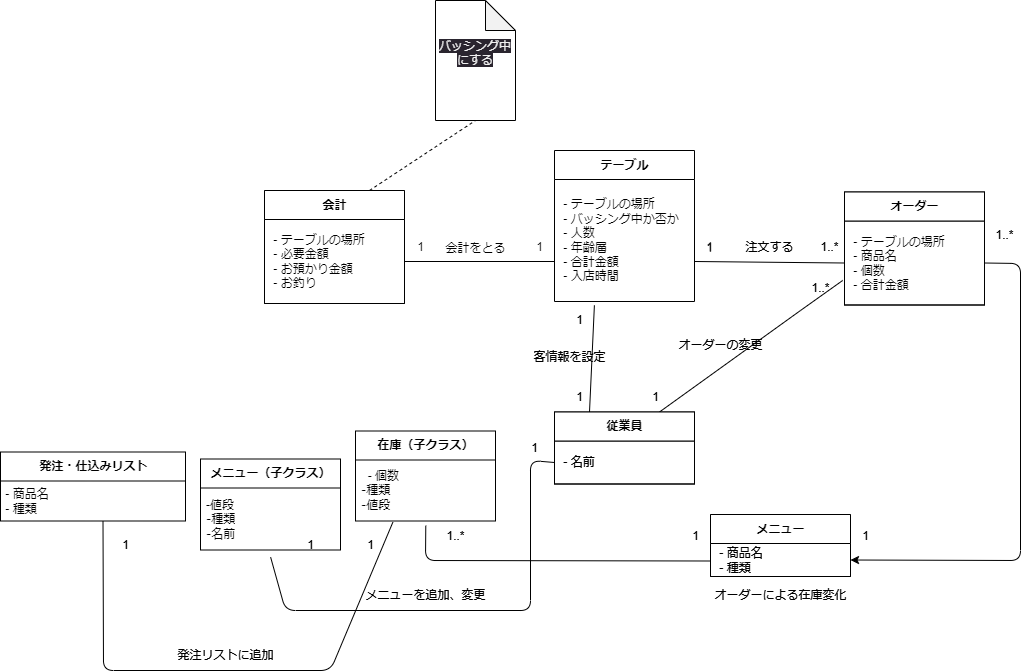
MasakiHiguchi/--- keeps this draw.io diagram as psp4/クラス図/クラス図_統合版.drawio.png. Above is the earlier version. Source tidied: cells renumbered, new cells last; positions are measured from the earlier drawing's top-left corner, leaving out a move shared by most shapes.
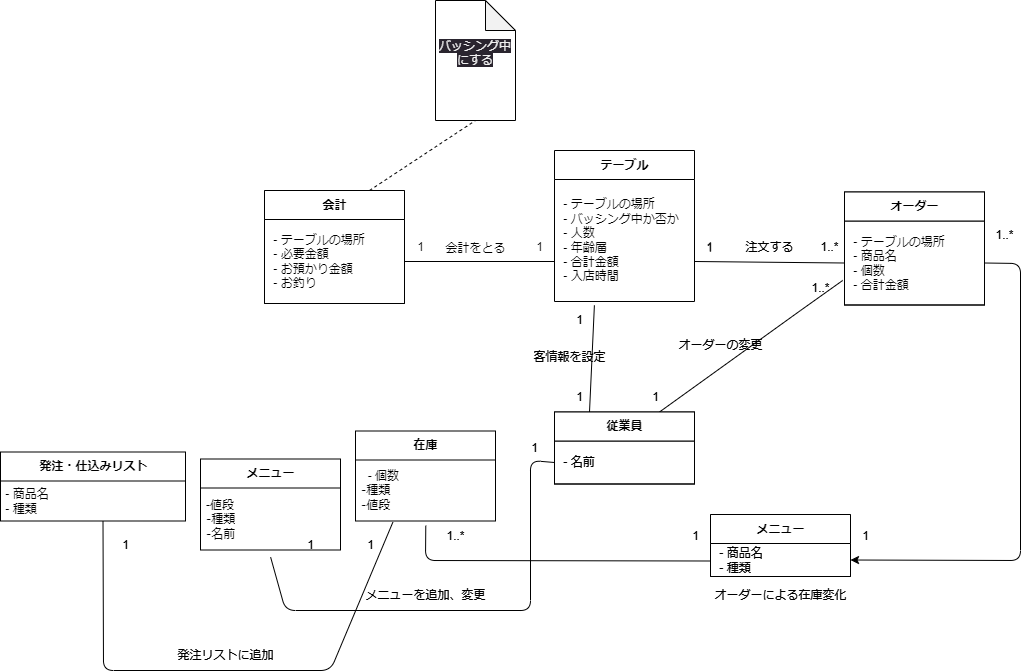
Above is the later version.

Diff of the diagram source:
```diff
@@ -49,7 +49,7 @@
     <mxCell id="15" value="客情報を設定" style="text;html=1;align=center;verticalAlign=middle;strokeColor=none;fillColor=none;" parent="1" vertex="1">
       <mxGeometry x="519" y="341.5" width="100" height="30" as="geometry" />
     </mxCell>
-    <mxCell id="16" value="メニュー（子クラス）" style="swimlane;fontStyle=1;align=center;verticalAlign=middle;horizontal=1;startSize=29;html=1;" parent="1" vertex="1">
+    <mxCell id="16" value="メニュー" style="swimlane;fontStyle=1;align=center;verticalAlign=middle;horizontal=1;startSize=29;html=1;" parent="1" vertex="1">
       <mxGeometry x="200" y="458.5" width="140" height="91" as="geometry" />
     </mxCell>
     <mxCell id="17" value="-値段&lt;br&gt;‐種類&lt;br&gt;‐名前" style="text;html=1;strokeColor=none;fillColor=none;align=left;verticalAlign=middle;spacingLeft=4;spacingRight=4;overflow=hidden;points=[[0,0.5],[1,0.5]];portConstraint=eastwest;" parent="16" vertex="1">
@@ -91,7 +91,7 @@
     <mxCell id="29" value="オーダーによる在庫変化" style="text;html=1;align=center;verticalAlign=middle;strokeColor=none;fillColor=none;" parent="1" vertex="1">
       <mxGeometry x="700" y="580" width="160" height="30" as="geometry" />
     </mxCell>
-    <mxCell id="30" value="在庫（子クラス）" style="swimlane;fontStyle=1;align=center;verticalAlign=middle;horizontal=1;startSize=29;html=1;" parent="1" vertex="1">
+    <mxCell id="30" value="在庫" style="swimlane;fontStyle=1;align=center;verticalAlign=middle;horizontal=1;startSize=29;html=1;" parent="1" vertex="1">
       <mxGeometry x="355" y="430.5" width="140" height="90" as="geometry" />
     </mxCell>
     <mxCell id="31" value="&amp;nbsp;&amp;nbsp;- 個数&lt;br&gt;‐種類&lt;br&gt;‐値段" style="text;html=1;strokeColor=none;fillColor=none;align=left;verticalAlign=middle;spacingLeft=4;spacingRight=4;overflow=hidden;points=[[0,0.5],[1,0.5]];portConstraint=eastwest;" parent="30" vertex="1">
```
